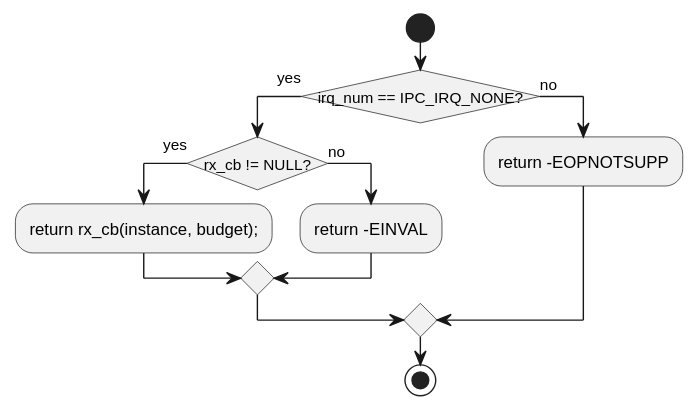
The PlantUML diagram c1_sdd_linux-ipcs/cursor_tmp/flow_svgs/linux_6_4_9_ipcsOsPollChannels.svg in Mastang1/sad_sdd_proj, before a commit.
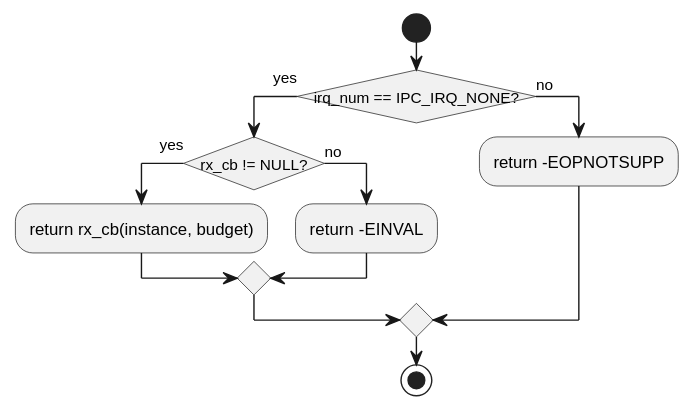
Later version of the same file.

What changed in the source:
```diff
@@ -5,7 +5,7 @@
 start
 if (irq_num == IPC_IRQ_NONE?) then (yes)
   if (rx_cb != NULL?) then (yes)
-    :return rx_cb(instance, budget);;
+    :return rx_cb(instance, budget);
   else (no)
     :return -EINVAL;
   endif
```
